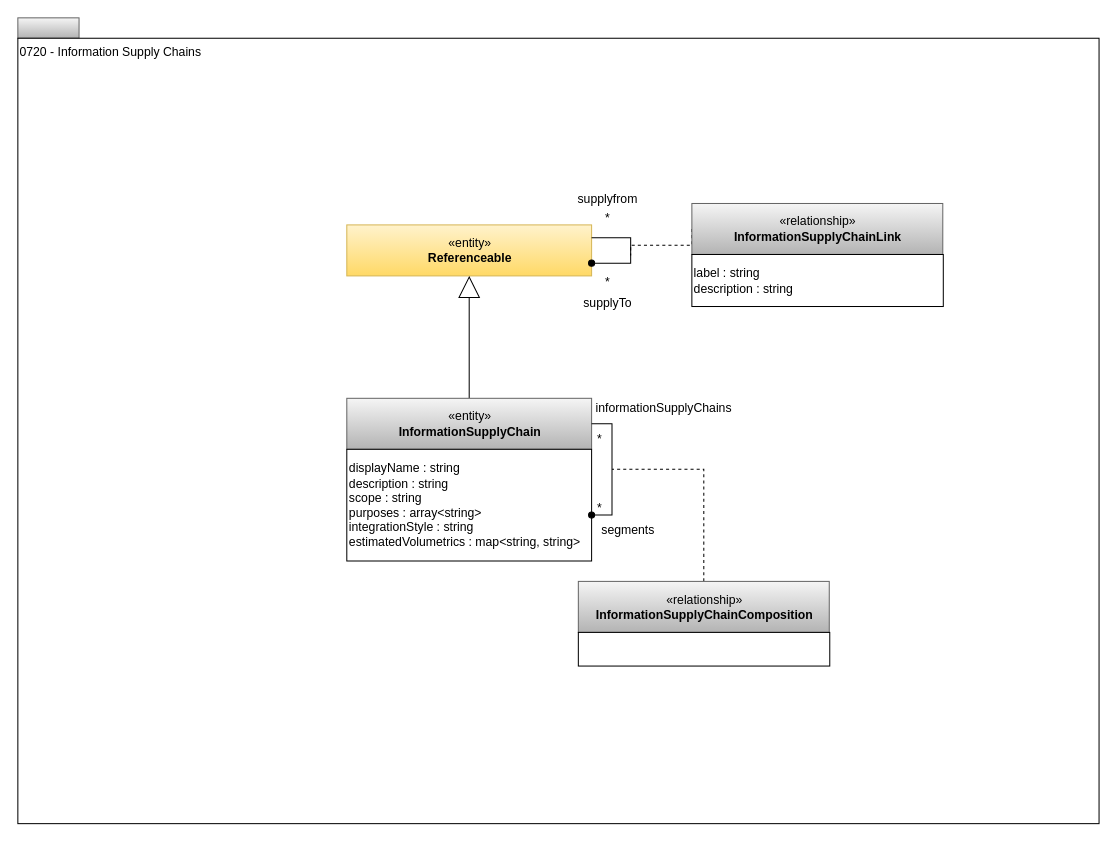
odpi/egeria-docs keeps this draw.io diagram as page "0720-Information-Supply-Chains" (5 of 17) of site/docs/types/7/area-7-lineage.drawio. Above is the earlier version. Source tidied: cells renumbered, new cells numbered last; positions are measured from the earlier drawing's top-left corner, leaving out a move shared by most shapes. Both pictures are drawn from the tidied source at 102%, with x=0, y=0 at pixel (17, 17).
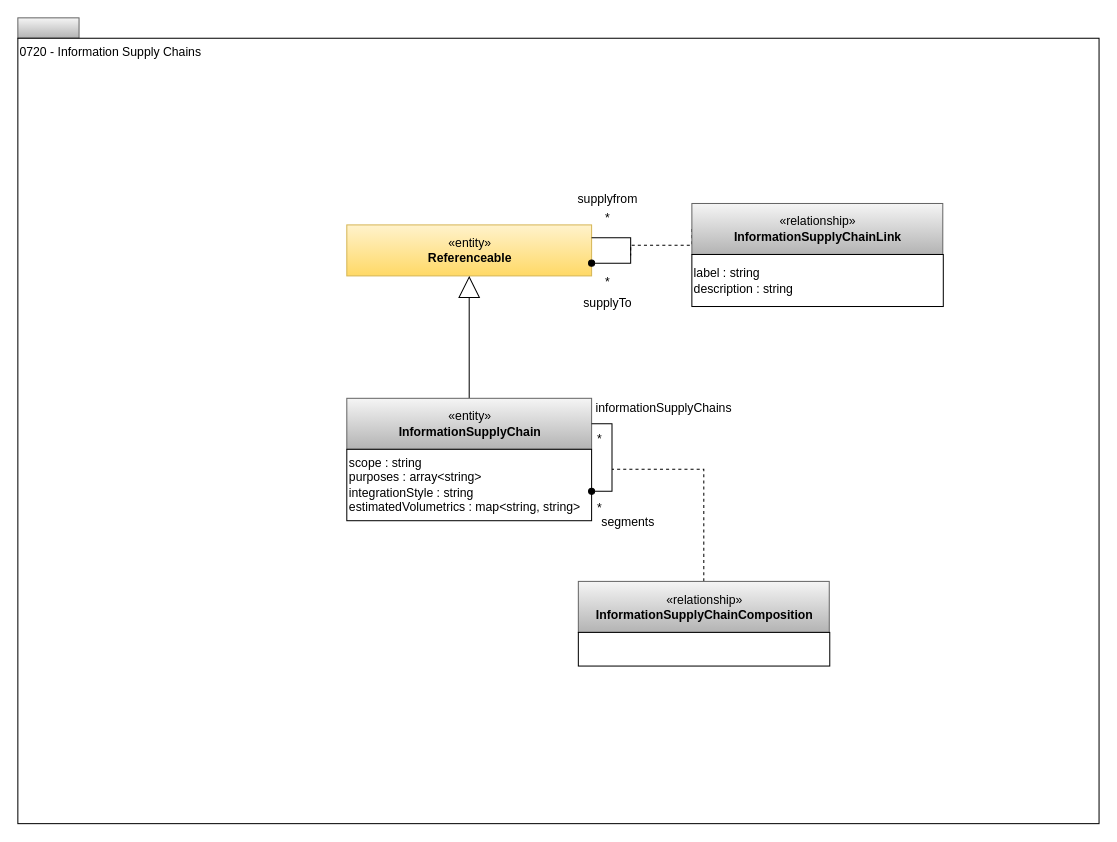
After the change.

Change to the diagram source:
```diff
@@
-    <mxCell id="10" value="displayName : string&lt;br&gt;description : string&lt;br&gt;scope : string&lt;br&gt;purposes : array&amp;lt;string&amp;gt;&lt;br&gt;&lt;div style=&quot;text-align: left&quot;&gt;&lt;/div&gt;&lt;div&gt;integrationStyle : string&lt;br&gt;estimatedVolumetrics : map&amp;lt;string, string&amp;gt;&lt;/div&gt;" style="rounded=0;whiteSpace=wrap;html=1;strokeColor=#000000;gradientColor=#ffffff;align=left;" parent="1" vertex="1">
-      <mxGeometry x="322.5" y="423" width="240" height="109.5" as="geometry" />
+    <mxCell id="10" value="scope : string&lt;br&gt;purposes : array&amp;lt;string&amp;gt;&lt;br&gt;&lt;div style=&quot;text-align: left&quot;&gt;&lt;/div&gt;&lt;div&gt;integrationStyle : string&lt;br&gt;estimatedVolumetrics : map&amp;lt;string, string&amp;gt;&lt;/div&gt;" style="rounded=0;whiteSpace=wrap;html=1;strokeColor=#000000;gradientColor=#ffffff;align=left;" parent="1" vertex="1">
+      <mxGeometry x="322.5" y="423" width="240" height="70" as="geometry" />
     </mxCell>
@@
     <mxCell id="14" value="segments" style="text;html=1;align=center;verticalAlign=top;spacingTop=-4;" parent="1" vertex="1">
-      <mxGeometry x="562.5" y="492.5" width="70" height="20" as="geometry" />
+      <mxGeometry x="562.5" y="484.8" width="70" height="20" as="geometry" />
     </mxCell>
```
